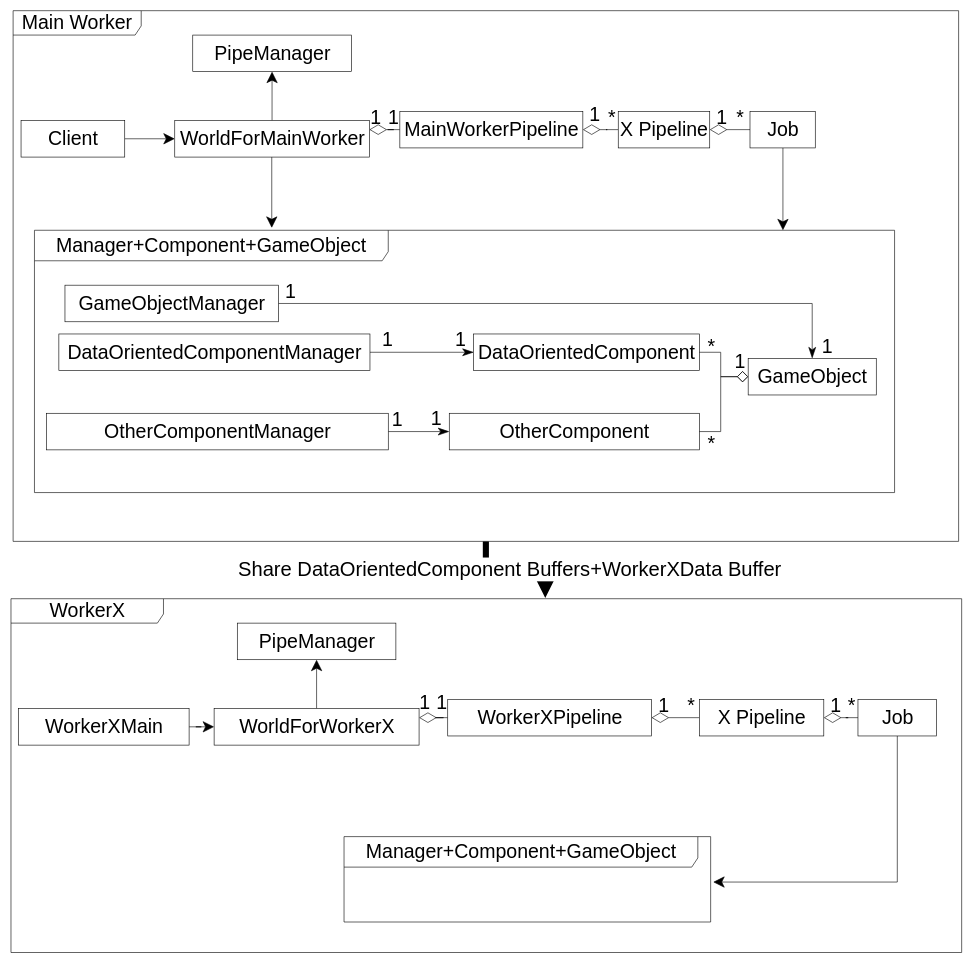
Before: packages/多线程模式/role_abstract/类图.drawio in yyc-git/3DProgramPattern, a draw.io diagram. Source tidied: cells renumbered, new cells numbered last; positions are measured from the earlier drawing's top-left corner, leaving out a move shared by most shapes. Both pictures are drawn from the tidied source at 61%, with x=0, y=0 at pixel (11, 10).
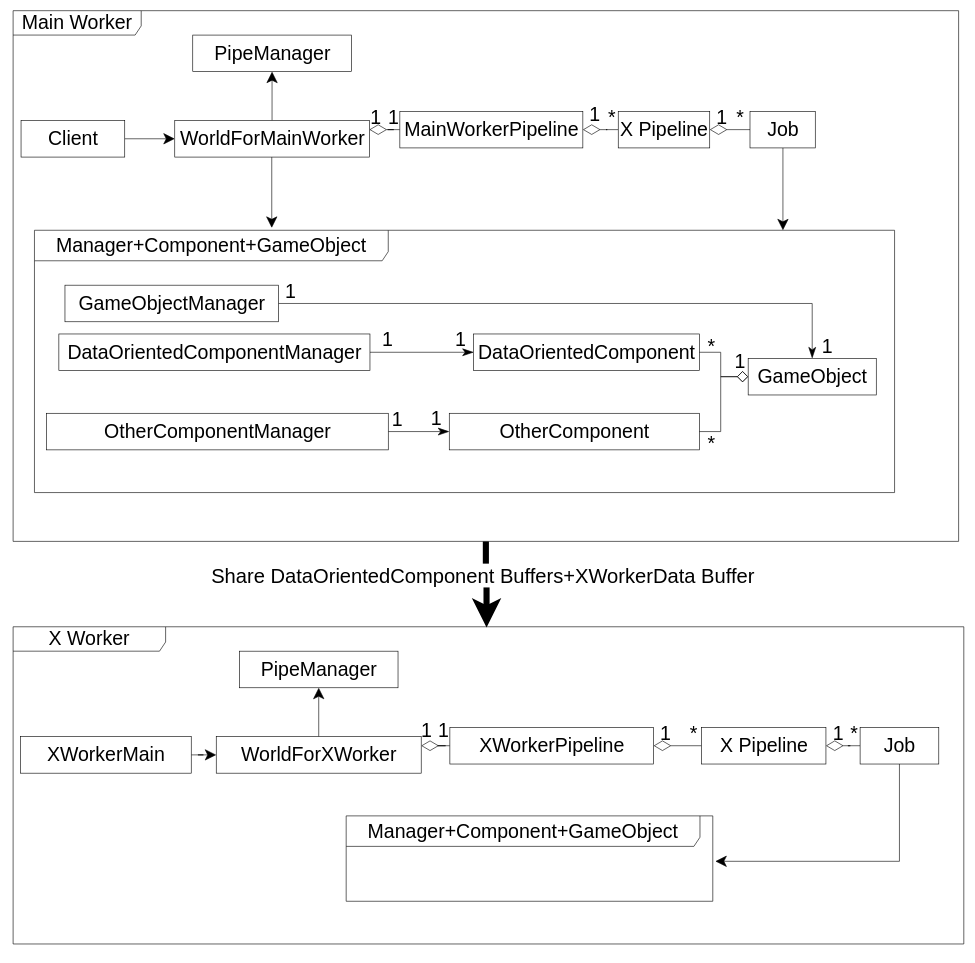
The same diagram, later.

The change refers to these unchanged cells:
```xml
<mxCell id="4" value="Main Worker" style="shape=umlFrame;whiteSpace=wrap;html=1;width=210;height=40;fontSize=32;" parent="1" vertex="1">
  <mxGeometry x="3" width="1550" height="870" as="geometry" />
</mxCell>
```

What changed in the source:
```diff
@@
-    <mxCell id="2" style="edgeStyle=orthogonalEdgeStyle;rounded=0;jettySize=auto;html=1;entryX=0.562;entryY=-0.002;entryDx=0;entryDy=0;entryPerimeter=0;startSize=16;endSize=16;strokeWidth=10;" parent="1" edge="1" source="4" target="14">
+    <mxCell id="2" style="edgeStyle=orthogonalEdgeStyle;rounded=0;jettySize=auto;html=1;entryX=0.498;entryY=0.002;entryDx=0;entryDy=0;entryPerimeter=0;startSize=16;endSize=16;strokeWidth=10;" parent="1" edge="1" source="4" target="14">
       <mxGeometry relative="1" as="geometry" />
     </mxCell>
-    <mxCell id="3" value="&lt;font style=&quot;font-size: 33px&quot;&gt;Share DataOrientedComponent Buffers+WorkerXData Buffer&lt;/font&gt;" style="edgeLabel;html=1;align=center;verticalAlign=middle;" parent="2" vertex="1">
+    <mxCell id="3" value="&lt;font style=&quot;font-size: 33px&quot;&gt;Share DataOrientedComponent Buffers+XWorkerData Buffer&lt;/font&gt;" style="edgeLabel;html=1;align=center;verticalAlign=middle;" parent="2" vertex="1">
       <mxGeometry x="-0.17" y="-7" relative="1" as="geometry">
         <mxPoint x="1" y="-4" as="offset" />
       </mxGeometry>
     </mxCell>
@@
-    <mxCell id="14" value="WorkerX" style="shape=umlFrame;whiteSpace=wrap;html=1;width=250;height=40;fontSize=32;" parent="1" vertex="1">
-      <mxGeometry x="-0.5" y="964" width="1558.5" height="580" as="geometry" />
+    <mxCell id="14" value="X Worker" style="shape=umlFrame;whiteSpace=wrap;html=1;width=250;height=40;fontSize=32;" parent="1" vertex="1">
+      <mxGeometry x="3" y="1010" width="1558.5" height="520" as="geometry" />
     </mxCell>
     <mxCell id="15" value="&lt;font style=&quot;font-size: 32px&quot;&gt;Manager+&lt;/font&gt;Component+GameObject" style="shape=umlFrame;whiteSpace=wrap;html=1;width=580;height=50;fontSize=32;" parent="1" vertex="1">
-      <mxGeometry x="545.5" y="1354" width="601" height="140" as="geometry" />
+      <mxGeometry x="549" y="1320" width="601" height="140" as="geometry" />
     </mxCell>
@@
-    <mxCell id="17" value="WorkerXMain" style="html=1;fontSize=32;" parent="1" vertex="1">
-      <mxGeometry x="11.5" y="1144" width="280" height="60" as="geometry" />
+    <mxCell id="17" value="XWorkerMain" style="html=1;fontSize=32;" parent="1" vertex="1">
+      <mxGeometry x="15" y="1190" width="280" height="60" as="geometry" />
     </mxCell>
@@
-    <mxCell id="20" value="WorldForWorkerX" style="html=1;fontSize=32;" parent="1" vertex="1">
-      <mxGeometry x="332.5" y="1144" width="336" height="60" as="geometry" />
+    <mxCell id="20" value="WorldForXWorker" style="html=1;fontSize=32;" parent="1" vertex="1">
+      <mxGeometry x="336" y="1190" width="336" height="60" as="geometry" />
     </mxCell>
     <mxCell id="21" value="PipeManager" style="html=1;fontSize=32;" parent="1" vertex="1">
-      <mxGeometry x="370.5" y="1004" width="260" height="60" as="geometry" />
+      <mxGeometry x="374" y="1050" width="260" height="60" as="geometry" />
     </mxCell>
@@
-    <mxCell id="23" value="WorkerXPipeline" style="html=1;fontSize=32;" parent="1" vertex="1">
-      <mxGeometry x="715.5" y="1129" width="334" height="60" as="geometry" />
+    <mxCell id="23" value="XWorkerPipeline" style="html=1;fontSize=32;" parent="1" vertex="1">
+      <mxGeometry x="719" y="1175" width="334" height="60" as="geometry" />
     </mxCell>
     <mxCell id="24" style="edgeStyle=orthogonalEdgeStyle;rounded=0;jettySize=auto;html=1;entryX=1.007;entryY=0.532;entryDx=0;entryDy=0;entryPerimeter=0;startSize=16;endSize=16;strokeWidth=1;exitX=0.5;exitY=1;exitDx=0;exitDy=0;" parent="1" edge="1" source="58" target="15">
       <mxGeometry relative="1" as="geometry">
         <Array as="points">
-          <mxPoint x="1453" y="1429" />
+          <mxPoint x="1456" y="1394" />
         </Array>
       </mxGeometry>
     </mxCell>
@@
     <mxCell id="51" value="&lt;font style=&quot;font-size: 32px&quot;&gt;1&lt;/font&gt;" style="text;html=1;strokeColor=none;fillColor=none;align=center;verticalAlign=middle;whiteSpace=wrap;rounded=0;" parent="1" vertex="1">
-      <mxGeometry x="657.5" y="1124" width="40" height="20" as="geometry" />
+      <mxGeometry x="661" y="1170" width="40" height="20" as="geometry" />
     </mxCell>
     <mxCell id="52" value="&lt;font style=&quot;font-size: 32px&quot;&gt;1&lt;/font&gt;" style="text;html=1;strokeColor=none;fillColor=none;align=center;verticalAlign=middle;whiteSpace=wrap;rounded=0;" parent="1" vertex="1">
-      <mxGeometry x="685.5" y="1124" width="40" height="20" as="geometry" />
+      <mxGeometry x="689" y="1170" width="40" height="20" as="geometry" />
     </mxCell>
@@
     <mxCell id="57" value="X Pipeline" style="html=1;fontSize=32;" parent="1" vertex="1">
-      <mxGeometry x="1128" y="1129" width="204" height="60" as="geometry" />
+      <mxGeometry x="1131.5" y="1175" width="204" height="60" as="geometry" />
     </mxCell>
     <mxCell id="58" value="Job" style="html=1;fontSize=32;" parent="1" vertex="1">
-      <mxGeometry x="1388" y="1129" width="129" height="60" as="geometry" />
+      <mxGeometry x="1391.5" y="1175" width="129" height="60" as="geometry" />
     </mxCell>
@@
     <mxCell id="61" value="&lt;font style=&quot;font-size: 32px&quot;&gt;1&lt;/font&gt;" style="text;html=1;strokeColor=none;fillColor=none;align=center;verticalAlign=middle;whiteSpace=wrap;rounded=0;" parent="1" vertex="1">
-      <mxGeometry x="1049.5" y="1129" width="40" height="20" as="geometry" />
+      <mxGeometry x="1053" y="1175" width="40" height="20" as="geometry" />
     </mxCell>
     <mxCell id="62" value="&lt;font style=&quot;font-size: 32px&quot;&gt;*&lt;/font&gt;" style="text;html=1;strokeColor=none;fillColor=none;align=center;verticalAlign=middle;whiteSpace=wrap;rounded=0;" parent="1" vertex="1">
-      <mxGeometry x="1095" y="1129" width="40" height="20" as="geometry" />
+      <mxGeometry x="1098.5" y="1175" width="40" height="20" as="geometry" />
     </mxCell>
     <mxCell id="63" value="&lt;font style=&quot;font-size: 32px&quot;&gt;1&lt;/font&gt;" style="text;html=1;strokeColor=none;fillColor=none;align=center;verticalAlign=middle;whiteSpace=wrap;rounded=0;" parent="1" vertex="1">
-      <mxGeometry x="1332" y="1129" width="40" height="20" as="geometry" />
+      <mxGeometry x="1335.5" y="1175" width="40" height="20" as="geometry" />
     </mxCell>
     <mxCell id="64" value="&lt;font style=&quot;font-size: 32px&quot;&gt;*&lt;/font&gt;" style="text;html=1;strokeColor=none;fillColor=none;align=center;verticalAlign=middle;whiteSpace=wrap;rounded=0;" parent="1" vertex="1">
-      <mxGeometry x="1358" y="1129" width="40" height="20" as="geometry" />
+      <mxGeometry x="1361.5" y="1175" width="40" height="20" as="geometry" />
     </mxCell>
```
